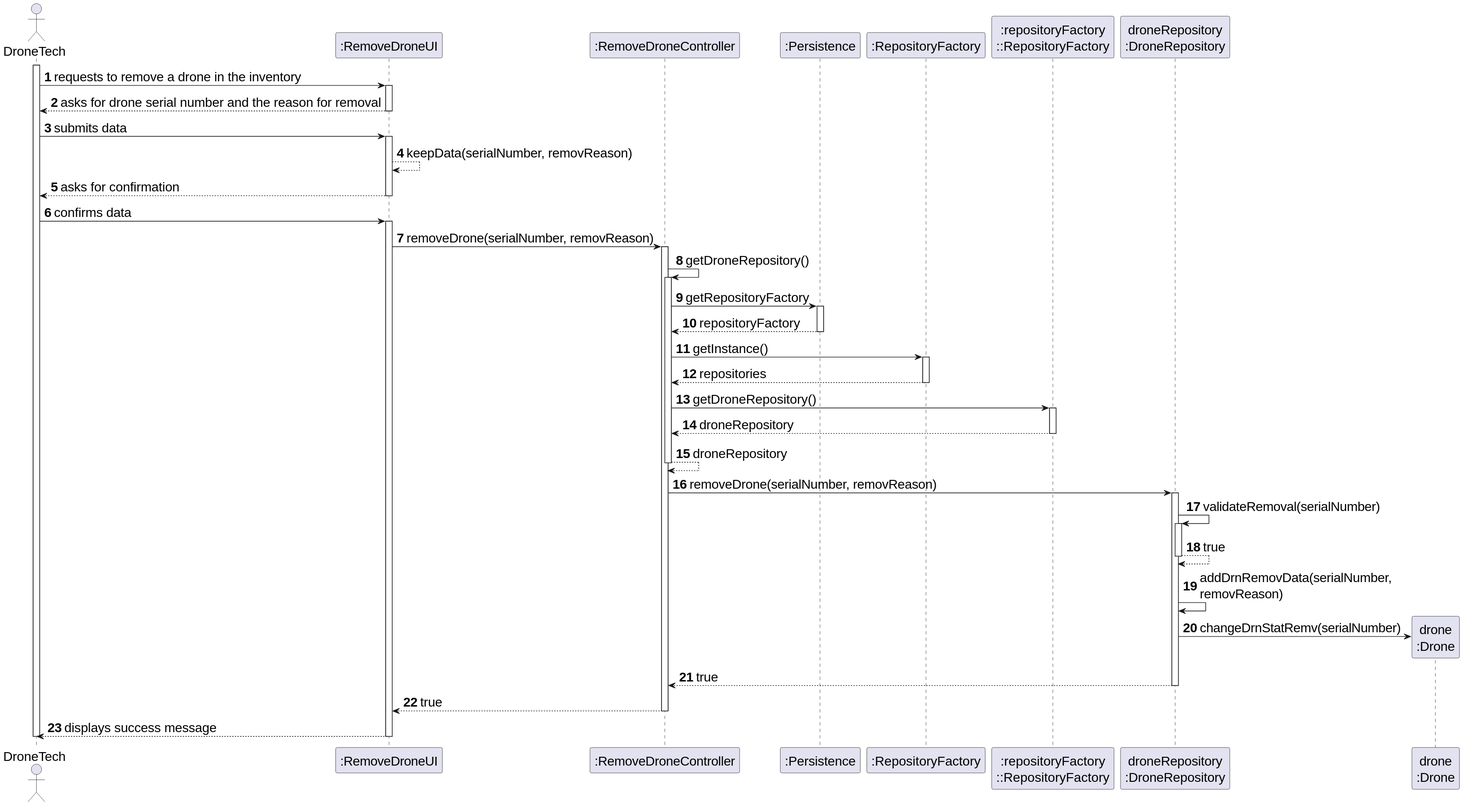
Before: docs/SPRINT_2/US242/images/sequence_diagram_us242.svg, a diagram exported from PlantUML (diogoveirospro/sem4pi-2024-2025-sem4pi_2024_2025_g44).
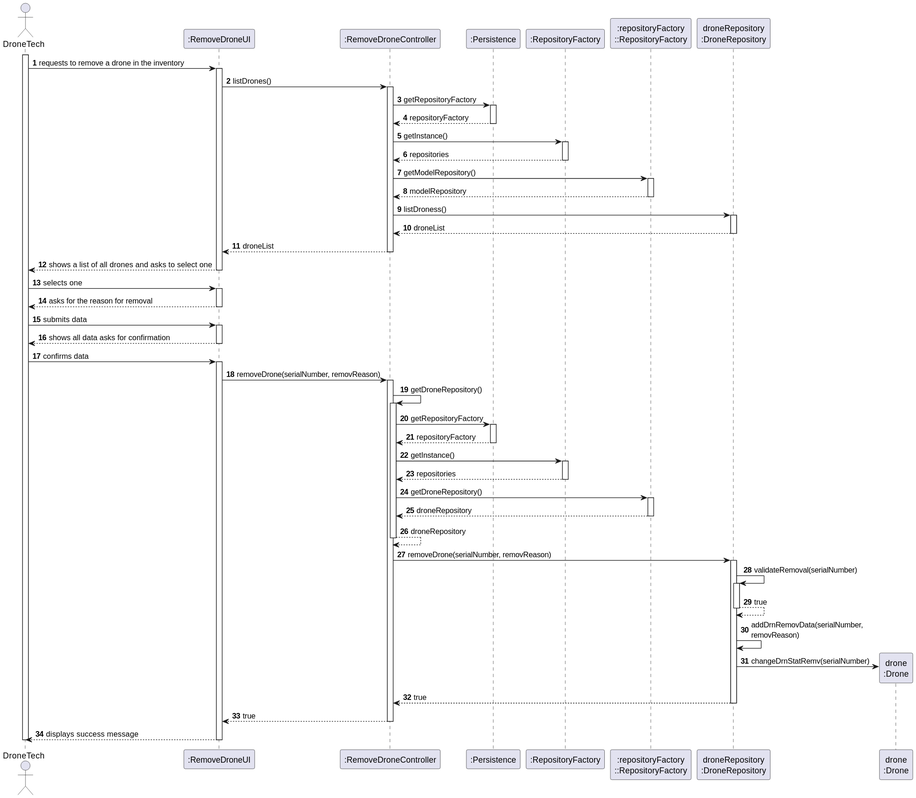
Later version of the same file.

What changed in the source:
```diff
@@ -1,5 +1,4 @@
 @startuml
-skinparamlocked defaultFontSize 20
 
 skinparam packageStyle rectangle
 skinparam shadowing false
@@ -19,12 +18,43 @@
 
 DT -> UI : requests to remove a drone in the inventory
 activate UI
-    UI --> DT : asks for drone serial number and the reason for removal
+UI -> CTRL : listDrones()
+    activate CTRL
+            CTRL -> PERS : getRepositoryFactory
+                                        activate PERS
+                                        PERS --> CTRL : repositoryFactory
+                                        deactivate PERS
+            CTRL -> REPOS : getInstance()
+            activate REPOS
+                REPOS --> CTRL : repositories
+            deactivate REPOS
+
+            CTRL -> REPOS_SINGLETON : getModelRepository()
+            activate REPOS_SINGLETON
+                REPOS_SINGLETON --> CTRL : modelRepository
+            deactivate REPOS_SINGLETON
+
+    CTRL -> DRN_REPO : listDroness()
+    activate DRN_REPO
+
+
+
+    DRN_REPO --> CTRL : droneList
+    deactivate DRN_REPO
+    CTRL --> UI : droneList
+    deactivate CTRL
+    UI --> DT : shows a list of all drones and asks to select one
+        deactivate UI
+
+        DT -> UI : selects one
+        activate UI
+
+    UI --> DT : asks for the reason for removal
     deactivate UI
+
     DT -> UI : submits data
     activate UI
-    UI --> UI : keepData(serialNumber, removReason)
-    UI --> DT : asks for confirmation
+    UI --> DT : shows all data asks for confirmation
     deactivate UI
     DT -> UI : confirms data
     activate UI
```
